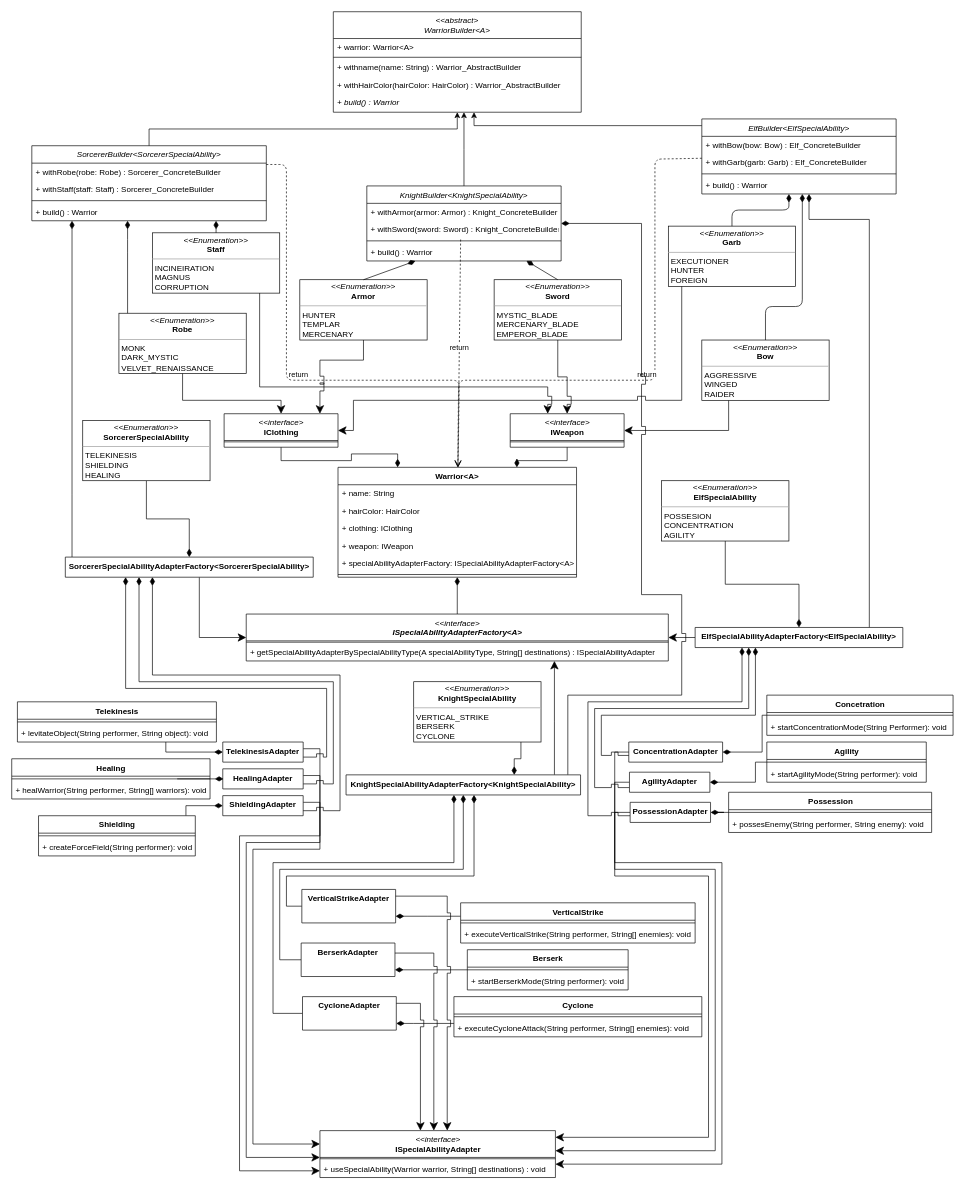
Earlier version of the draw.io diagram Structural Patterns/Adapter/doc/WARRIOR_SPECIAL_ABILITY.drawio (Rick-Addiction/Design-Patterns-Studies). Source tidied: cells renumbered, new cells numbered last; positions are measured from the earlier drawing's top-left corner, leaving out a move shared by most shapes. Both pictures are drawn from the tidied source at 67%, with x=0, y=0 at pixel (11, 11).
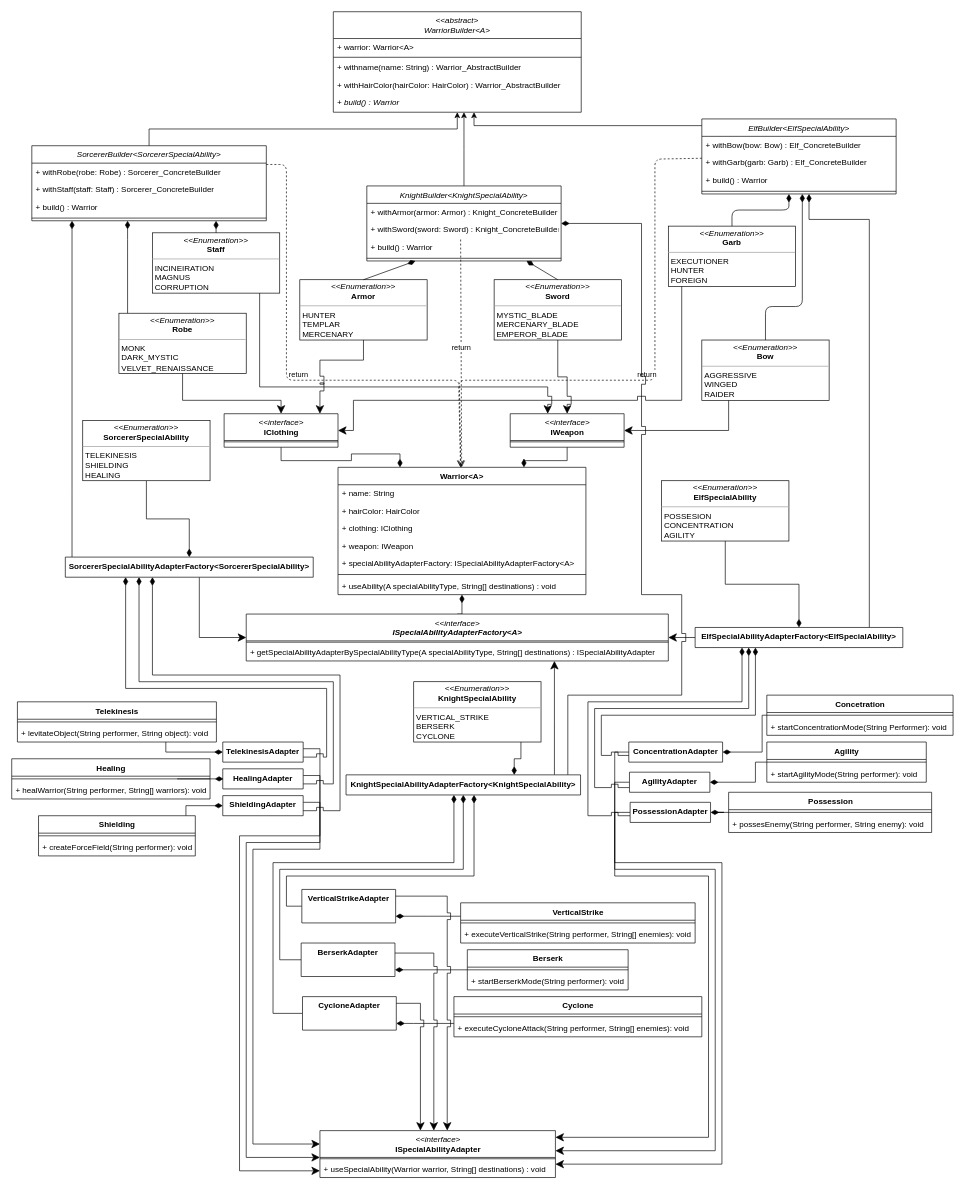
Above is the later version.

The change refers to these unchanged cells:
```xml
<mxCell id="10" value="SorcererBuilder&lt;SorcererSpecialAbility&gt;" style="swimlane;fontStyle=2;align=center;verticalAlign=top;horizontal=1;startSize=26;rounded=0;shadow=0;strokeWidth=1;" parent="1" vertex="1">
  <mxGeometry x="30" y="200" width="350" height="112" as="geometry" />
</mxCell>
<mxCell id="16" value="KnightBuilder&lt;KnightSpecialAbility&gt;" style="swimlane;fontStyle=2;align=center;verticalAlign=top;horizontal=1;startSize=26;rounded=0;shadow=0;strokeWidth=1;" parent="1" vertex="1">
  <mxGeometry x="530" y="260" width="290" height="112" as="geometry" />
</mxCell>
<mxCell id="21" value="ElfBuilder&lt;ElfSpecialAbility&gt;" style="swimlane;fontStyle=2;align=center;verticalAlign=top;horizontal=1;startSize=26;rounded=0;shadow=0;strokeWidth=1;" parent="1" vertex="1">
  <mxGeometry x="1030" y="160" width="290" height="112" as="geometry" />
</mxCell>
```

The edit, as a diff of the source:
```diff
@@
+    <mxCell id="14" value="+ build() : Warrior" style="text;align=left;verticalAlign=top;spacingLeft=4;spacingRight=4;overflow=hidden;" parent="10" vertex="1">
+      <mxGeometry y="78" width="350" height="26" as="geometry" />
+    </mxCell>
     <mxCell id="13" style="line;html=1;strokeWidth=1;align=left;verticalAlign=middle;spacingTop=-1;spacingLeft=3;spacingRight=3;labelPosition=right;" parent="10" vertex="1">
-      <mxGeometry y="78" width="350" height="8" as="geometry" />
+      <mxGeometry y="104" width="350" height="8" as="geometry" />
     </mxCell>
-    <mxCell id="14" value="+ build() : Warrior" style="text;align=left;verticalAlign=top;spacingLeft=4;spacingRight=4;overflow=hidden;" parent="10" vertex="1">
-      <mxGeometry y="86" width="350" height="26" as="geometry" />
-    </mxCell>
@@
+    <mxCell id="20" value="+ build() : Warrior" style="text;align=left;verticalAlign=top;spacingLeft=4;spacingRight=4;overflow=hidden;" parent="16" vertex="1">
+      <mxGeometry y="78" width="290" height="26" as="geometry" />
+    </mxCell>
     <mxCell id="19" style="line;html=1;strokeWidth=1;align=left;verticalAlign=middle;spacingTop=-1;spacingLeft=3;spacingRight=3;labelPosition=right;" parent="16" vertex="1">
-      <mxGeometry y="78" width="290" height="8" as="geometry" />
+      <mxGeometry y="104" width="290" height="8" as="geometry" />
     </mxCell>
-    <mxCell id="20" value="+ build() : Warrior" style="text;align=left;verticalAlign=top;spacingLeft=4;spacingRight=4;overflow=hidden;" parent="16" vertex="1">
-      <mxGeometry y="86" width="290" height="26" as="geometry" />
-    </mxCell>
@@
+    <mxCell id="25" value="+ build() : Warrior" style="text;align=left;verticalAlign=top;spacingLeft=4;spacingRight=4;overflow=hidden;" parent="21" vertex="1">
+      <mxGeometry y="78" width="290" height="26" as="geometry" />
+    </mxCell>
     <mxCell id="24" style="line;html=1;strokeWidth=1;align=left;verticalAlign=middle;spacingTop=-1;spacingLeft=3;spacingRight=3;labelPosition=right;" parent="21" vertex="1">
-      <mxGeometry y="78" width="290" height="8" as="geometry" />
+      <mxGeometry y="104" width="290" height="8" as="geometry" />
     </mxCell>
-    <mxCell id="25" value="+ build() : Warrior" style="text;align=left;verticalAlign=top;spacingLeft=4;spacingRight=4;overflow=hidden;" parent="21" vertex="1">
-      <mxGeometry y="86" width="290" height="26" as="geometry" />
-    </mxCell>
     <mxCell id="26" value="Warrior&lt;A&gt;" style="swimlane;fontStyle=1;align=center;verticalAlign=top;horizontal=1;startSize=26;" parent="1" vertex="1">
-      <mxGeometry x="487" y="680" width="356" height="164" as="geometry" />
+      <mxGeometry x="487" y="680" width="370" height="190" as="geometry" />
     </mxCell>
     <mxCell id="27" value="+ name: String" style="text;strokeColor=none;fillColor=none;align=left;verticalAlign=top;spacingLeft=4;spacingRight=4;overflow=hidden;" parent="26" vertex="1">
-      <mxGeometry y="26" width="356" height="26" as="geometry" />
+      <mxGeometry y="26" width="370" height="26" as="geometry" />
     </mxCell>
     <mxCell id="28" value="+ hairColor: HairColor" style="text;strokeColor=none;fillColor=none;align=left;verticalAlign=top;spacingLeft=4;spacingRight=4;overflow=hidden;" parent="26" vertex="1">
-      <mxGeometry y="52" width="356" height="26" as="geometry" />
+      <mxGeometry y="52" width="370" height="26" as="geometry" />
     </mxCell>
     <mxCell id="29" value="+ clothing: IClothing" style="text;strokeColor=none;fillColor=none;align=left;verticalAlign=top;spacingLeft=4;spacingRight=4;overflow=hidden;" parent="26" vertex="1">
-      <mxGeometry y="78" width="356" height="26" as="geometry" />
+      <mxGeometry y="78" width="370" height="26" as="geometry" />
     </mxCell>
     <mxCell id="30" value="+ weapon: IWeapon" style="text;strokeColor=none;fillColor=none;align=left;verticalAlign=top;spacingLeft=4;spacingRight=4;overflow=hidden;" parent="26" vertex="1">
-      <mxGeometry y="104" width="356" height="26" as="geometry" />
+      <mxGeometry y="104" width="370" height="26" as="geometry" />
     </mxCell>
     <mxCell id="31" value="+ specialAbilityAdapterFactory: ISpecialAbilityAdapterFactory&lt;A&gt;" style="text;strokeColor=none;fillColor=none;align=left;verticalAlign=top;spacingLeft=4;spacingRight=4;overflow=hidden;" parent="26" vertex="1">
-      <mxGeometry y="130" width="356" height="26" as="geometry" />
+      <mxGeometry y="130" width="370" height="26" as="geometry" />
     </mxCell>
     <mxCell id="32" style="line;strokeWidth=1;fillColor=none;align=left;verticalAlign=middle;spacingTop=-1;spacingLeft=3;spacingRight=3;labelPosition=right;" parent="26" vertex="1">
-      <mxGeometry y="156" width="356" height="8" as="geometry" />
+      <mxGeometry y="156" width="370" height="8" as="geometry" />
     </mxCell>
+    <mxCell id="145" value="+ useAbility(A specialAbilityType, String[] destinations) : void" style="text;align=left;verticalAlign=top;spacingLeft=4;spacingRight=4;overflow=hidden;" parent="26" vertex="1">
+      <mxGeometry y="164" width="370" height="26" as="geometry" />
+    </mxCell>
```
